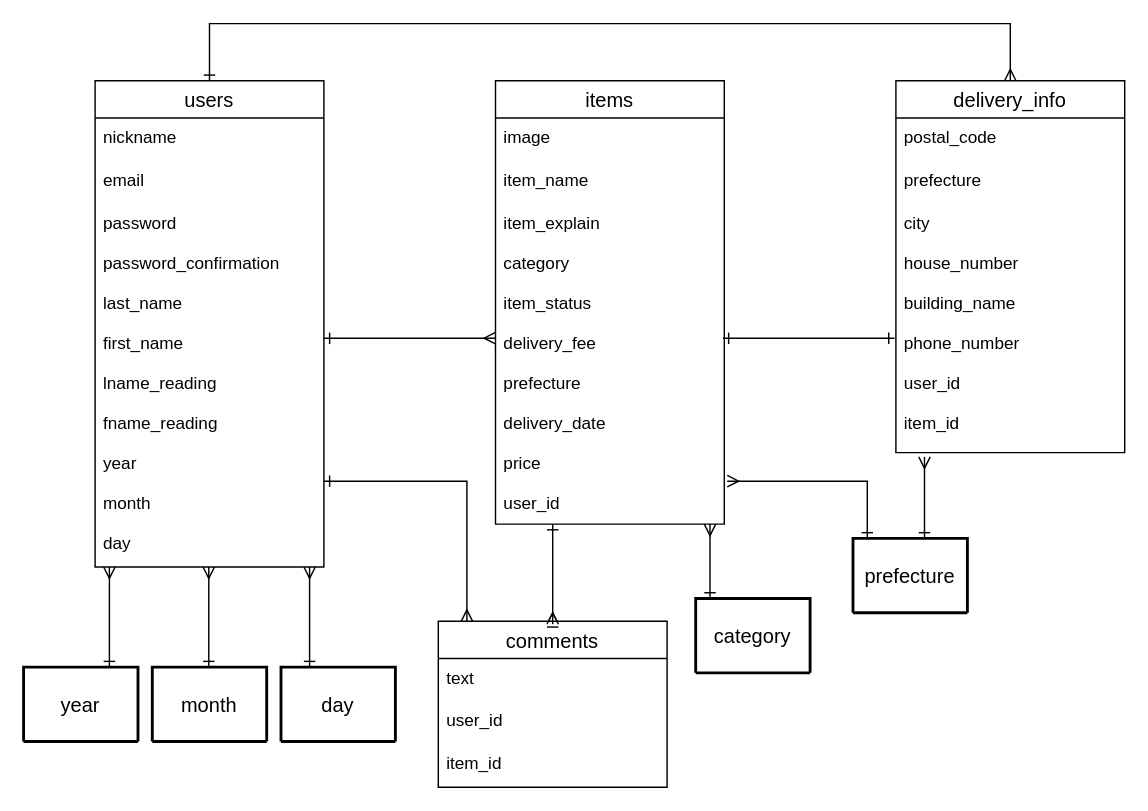
This is test.dio from no-ru-kk/furima-35520, a draw.io file, before an edit. Source tidied: cells renumbered, new cells numbered last; positions are measured from the earlier drawing's top-left corner, leaving out a move shared by most shapes. Both pictures are drawn from the tidied source at 143%, with x=0, y=0 at pixel (23, 23).
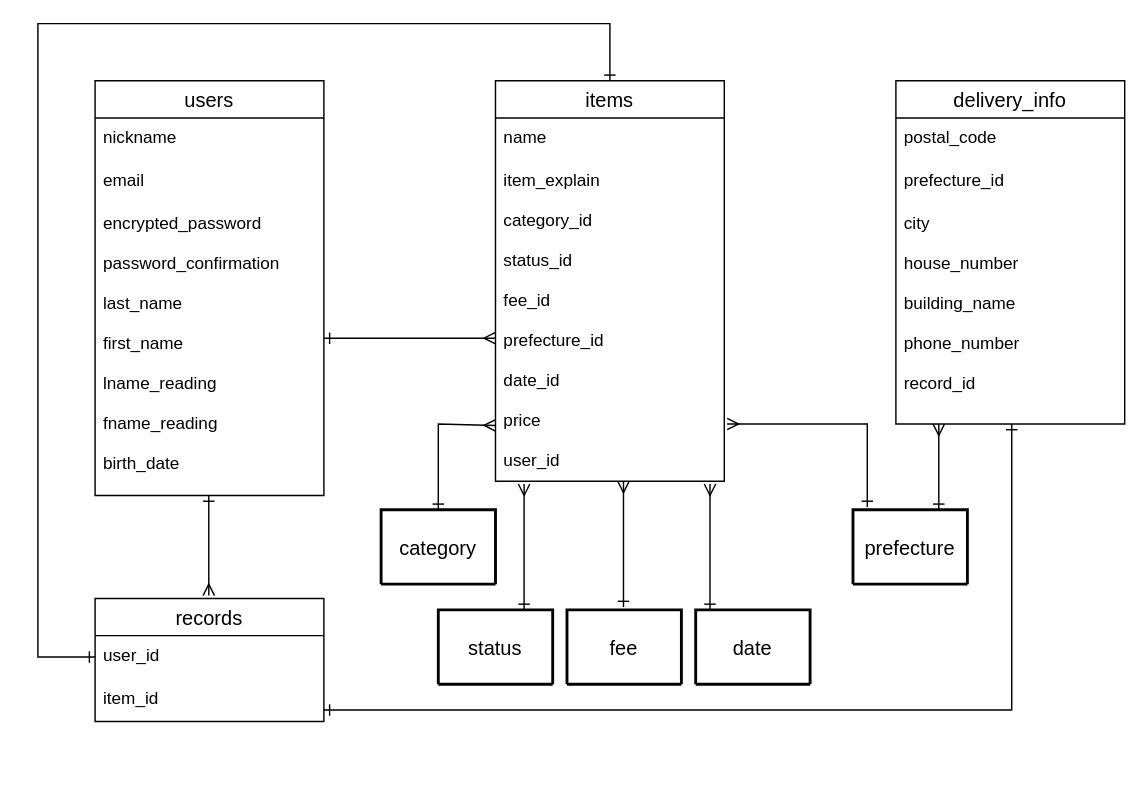
Above is the later version.

The edit, as a diff of the source:
```diff
@@
     <mxCell id="2" value="delivery_info" style="swimlane;fontStyle=0;horizontal=1;startSize=26;align=center;fontSize=14;" parent="1" vertex="1">
-      <mxGeometry x="610" y="40" width="160" height="260" as="geometry" />
+      <mxGeometry x="610" y="40" width="160" height="240" as="geometry" />
     </mxCell>
@@
-    <mxCell id="4" value="prefecture" style="text;strokeColor=none;fillColor=none;spacingLeft=4;spacingRight=4;overflow=hidden;fontSize=12;" parent="2" vertex="1">
+    <mxCell id="4" value="prefecture_id" style="text;strokeColor=none;fillColor=none;spacingLeft=4;spacingRight=4;overflow=hidden;fontSize=12;" parent="2" vertex="1">
       <mxGeometry y="56" width="160" height="30" as="geometry" />
     </mxCell>
-    <mxCell id="5" value="city&#10;&#10;house_number&#10;&#10;building_name&#10;&#10;phone_number&#10;&#10;user_id&#10;&#10;item_id" style="text;strokeColor=none;fillColor=none;spacingLeft=4;spacingRight=4;overflow=hidden;fontSize=12;" parent="2" vertex="1">
-      <mxGeometry y="86" width="160" height="174" as="geometry" />
+    <mxCell id="5" value="city&#10;&#10;house_number&#10;&#10;building_name&#10;&#10;phone_number&#10;&#10;record_id" style="text;strokeColor=none;fillColor=none;spacingLeft=4;spacingRight=4;overflow=hidden;fontSize=12;" parent="2" vertex="1">
+      <mxGeometry y="86" width="160" height="154" as="geometry" />
     </mxCell>
     <mxCell id="6" value="users" style="swimlane;fontStyle=0;horizontal=1;startSize=26;align=center;fontSize=14;" parent="1" vertex="1">
-      <mxGeometry x="50" y="40" width="160" height="340" as="geometry" />
+      <mxGeometry x="50" y="40" width="160" height="290" as="geometry" />
     </mxCell>
@@
-    <mxCell id="9" value="password&#10;&#10;password_confirmation&#10;&#10;last_name&#10;&#10;first_name&#10;&#10;lname_reading&#10;&#10;fname_reading&#10;&#10;year&#10;&#10;month&#10;&#10;day&#10;" style="text;strokeColor=none;fillColor=none;spacingLeft=4;spacingRight=4;overflow=hidden;fontSize=12;" parent="6" vertex="1">
-      <mxGeometry y="86" width="160" height="254" as="geometry" />
+    <mxCell id="9" value="encrypted_password&#10;&#10;password_confirmation&#10;&#10;last_name&#10;&#10;first_name&#10;&#10;lname_reading&#10;&#10;fname_reading&#10;&#10; birth_date&#10;" style="text;strokeColor=none;fillColor=none;spacingLeft=4;spacingRight=4;overflow=hidden;fontSize=12;" parent="6" vertex="1">
+      <mxGeometry y="86" width="160" height="204" as="geometry" />
     </mxCell>
     <mxCell id="10" value="items" style="swimlane;fontStyle=0;horizontal=1;startSize=26;align=center;fontSize=14;" parent="1" vertex="1">
-      <mxGeometry x="330" y="40" width="160" height="310" as="geometry" />
+      <mxGeometry x="330" y="40" width="160" height="280" as="geometry" />
     </mxCell>
-    <mxCell id="11" value="image" style="text;strokeColor=none;fillColor=none;spacingLeft=4;spacingRight=4;overflow=hidden;fontSize=12;" parent="10" vertex="1">
-      <mxGeometry y="26" width="160" height="30" as="geometry" />
-    </mxCell>
-    <mxCell id="12" value="item_name" style="text;strokeColor=none;fillColor=none;spacingLeft=4;spacingRight=4;overflow=hidden;fontSize=12;" parent="10" vertex="1">
-      <mxGeometry y="56" width="160" height="30" as="geometry" />
+    <mxCell id="12" value="name" style="text;strokeColor=none;fillColor=none;spacingLeft=4;spacingRight=4;overflow=hidden;fontSize=12;" parent="10" vertex="1">
+      <mxGeometry y="26" width="160" height="30" as="geometry" />
     </mxCell>
-    <mxCell id="13" value="item_explain&#10;&#10;category&#10;&#10;item_status&#10;&#10;delivery_fee&#10;&#10;prefecture&#10;&#10;delivery_date&#10;&#10;price&#10;&#10;user_id" style="text;strokeColor=none;fillColor=none;spacingLeft=4;spacingRight=4;overflow=hidden;points=[[0,0.5],[1,0.5]];portConstraint=eastwest;fontSize=12;" parent="10" vertex="1">
-      <mxGeometry y="86" width="160" height="224" as="geometry" />
+    <mxCell id="13" value="item_explain&#10;&#10;category_id&#10;&#10;status_id&#10;&#10;fee_id&#10;&#10;prefecture_id&#10;&#10;date_id&#10;&#10;price&#10;&#10;user_id" style="text;strokeColor=none;fillColor=none;spacingLeft=4;spacingRight=4;overflow=hidden;points=[[0,0.5],[1,0.5]];portConstraint=eastwest;fontSize=12;" parent="10" vertex="1">
+      <mxGeometry y="56" width="160" height="224" as="geometry" />
     </mxCell>
-    <mxCell id="14" style="edgeStyle=entityRelationEdgeStyle;fontSize=12;html=1;endArrow=ERone;startArrow=ERone;exitX=0.994;exitY=0.42;exitDx=0;exitDy=0;exitPerimeter=0;endFill=0;startFill=0;" parent="1" edge="1" source="13">
-      <mxGeometry relative="1" as="geometry">
-        <mxPoint x="609" y="220" as="targetPoint" />
-      </mxGeometry>
-    </mxCell>
@@
-    <mxCell id="16" style="endArrow=ERmany;html=1;rounded=0;entryX=0.5;entryY=0;entryDx=0;entryDy=0;endFill=0;startArrow=ERone;startFill=0;" parent="1" edge="1" target="2">
+    <mxCell id="16" style="endArrow=ERone;html=1;rounded=0;endFill=0;startArrow=ERone;startFill=0;exitX=0;exitY=0.5;exitDx=0;exitDy=0;" parent="1" edge="1" source="22" target="10">
       <mxGeometry relative="1" as="geometry">
-        <mxPoint x="130" y="40" as="sourcePoint" />
         <Array as="points">
-          <mxPoint x="130" />
-          <mxPoint x="690" />
+          <mxPoint x="10" y="443" />
+          <mxPoint x="10" />
+          <mxPoint x="410" />
         </Array>
       </mxGeometry>
     </mxCell>
-    <mxCell id="17" style="endArrow=ERone;html=1;rounded=0;endFill=0;startArrow=ERmany;startFill=0;" parent="1" edge="1">
-      <mxGeometry relative="1" as="geometry">
-        <mxPoint x="370" y="420" as="sourcePoint" />
-        <mxPoint x="370" y="350" as="targetPoint" />
-      </mxGeometry>
-    </mxCell>
-    <mxCell id="18" style="endArrow=ERmany;html=1;rounded=0;startArrow=ERone;startFill=0;endFill=0;" parent="1" edge="1">
-      <mxGeometry relative="1" as="geometry">
-        <mxPoint x="210" y="320" as="sourcePoint" />
-        <mxPoint x="310" y="418" as="targetPoint" />
-        <Array as="points">
-          <mxPoint x="290" y="320" />
-          <mxPoint x="310" y="320" />
-        </Array>
-      </mxGeometry>
-    </mxCell>
-    <mxCell id="19" value="month" style="swimlane;horizontal=1;startSize=72;rounded=1;fontSize=14;fontStyle=0;strokeWidth=2;shadow=0;dashed=0;align=center;" parent="1" vertex="1">
-      <mxGeometry x="90" y="450" width="80" height="52" as="geometry" />
+    <mxCell id="19" value="category" style="swimlane;horizontal=1;startSize=72;rounded=1;fontSize=14;fontStyle=0;strokeWidth=2;shadow=0;dashed=0;align=center;" parent="1" vertex="1">
+      <mxGeometry x="250" y="340" width="80" height="52" as="geometry" />
     </mxCell>
-    <mxCell id="20" value="comments" style="swimlane;fontStyle=0;horizontal=1;startSize=26;align=center;fontSize=14;" parent="1" vertex="1">
-      <mxGeometry x="290" y="418" width="160" height="116" as="geometry" />
+    <mxCell id="20" value="records" style="swimlane;fontStyle=0;horizontal=1;startSize=26;align=center;fontSize=14;" parent="1" vertex="1">
+      <mxGeometry x="50" y="402" width="160" height="86" as="geometry" />
     </mxCell>
-    <mxCell id="21" value="text" style="text;strokeColor=none;fillColor=none;spacingLeft=4;spacingRight=4;overflow=hidden;fontSize=12;" parent="20" vertex="1">
-      <mxGeometry y="26" width="160" height="30" as="geometry" />
-    </mxCell>
     <mxCell id="22" value="user_id" style="text;strokeColor=none;fillColor=none;spacingLeft=4;spacingRight=4;overflow=hidden;points=[[0,0.5],[1,0.5]];portConstraint=eastwest;fontSize=12;" parent="20" vertex="1">
-      <mxGeometry y="56" width="160" height="30" as="geometry" />
+      <mxGeometry y="26" width="160" height="30" as="geometry" />
     </mxCell>
     <mxCell id="23" value="item_id" style="text;strokeColor=none;fillColor=none;spacingLeft=4;spacingRight=4;overflow=hidden;fontSize=12;" parent="20" vertex="1">
-      <mxGeometry y="86" width="160" height="30" as="geometry" />
+      <mxGeometry y="56" width="160" height="30" as="geometry" />
     </mxCell>
-    <mxCell id="24" style="endArrow=ERone;html=1;rounded=0;endFill=0;startArrow=ERmany;startFill=0;" parent="1" edge="1" target="20">
-      <mxGeometry relative="1" as="geometry">
-        <mxPoint x="370" y="420" as="sourcePoint" />
-      </mxGeometry>
-    </mxCell>
-    <mxCell id="25" style="edgeStyle=none;rounded=0;jettySize=auto;html=1;exitX=1;exitY=0.5;exitDx=0;exitDy=0;startArrow=ERone;startFill=0;endArrow=ERmany;endFill=0;" parent="1" edge="1" source="26">
+    <mxCell id="25" style="edgeStyle=none;rounded=0;jettySize=auto;html=1;startArrow=ERone;startFill=0;endArrow=ERmany;endFill=0;entryX=0;entryY=0.826;entryDx=0;entryDy=0;entryPerimeter=0;" parent="1" edge="1" target="13">
       <mxGeometry relative="1" as="geometry">
-        <mxPoint x="80" y="476" as="targetPoint" />
+        <mxPoint x="290" y="340" as="sourcePoint" />
+        <Array as="points">
+          <mxPoint x="290" y="280" />
+        </Array>
       </mxGeometry>
     </mxCell>
-    <mxCell id="26" value="year" style="swimlane;horizontal=1;startSize=72;rounded=1;fontSize=14;fontStyle=0;strokeWidth=2;shadow=0;dashed=0;align=center;" parent="1" vertex="1">
-      <mxGeometry y="450" width="80" height="52" as="geometry" />
+    <mxCell id="26" value="fee" style="swimlane;horizontal=1;startSize=72;rounded=1;fontSize=14;fontStyle=0;strokeWidth=2;shadow=0;dashed=0;align=center;" parent="1" vertex="1">
+      <mxGeometry x="380" y="410" width="80" height="52" as="geometry" />
     </mxCell>
-    <mxCell id="27" value="day" style="swimlane;horizontal=1;startSize=72;rounded=1;fontSize=14;fontStyle=0;strokeWidth=2;shadow=0;dashed=0;align=center;arcSize=0;" parent="1" vertex="1">
-      <mxGeometry x="180" y="450" width="80" height="52" as="geometry" />
+    <mxCell id="27" value="status" style="swimlane;horizontal=1;startSize=72;rounded=1;fontSize=14;fontStyle=0;strokeWidth=2;shadow=0;dashed=0;align=center;arcSize=0;" parent="1" vertex="1">
+      <mxGeometry x="290" y="410" width="80" height="52" as="geometry" />
     </mxCell>
-    <mxCell id="28" style="endArrow=ERmany;html=1;rounded=0;endFill=0;startArrow=ERone;startFill=0;" parent="1" edge="1">
+    <mxCell id="28" style="endArrow=ERmany;html=1;rounded=0;endFill=0;startArrow=ERone;startFill=0;exitX=0.75;exitY=0;exitDx=0;exitDy=0;" parent="1" edge="1" source="31">
       <mxGeometry relative="1" as="geometry">
-        <mxPoint x="200" y="450" as="sourcePoint" />
-        <mxPoint x="200" y="380" as="targetPoint" />
+        <mxPoint x="640" y="280" as="targetPoint" />
       </mxGeometry>
     </mxCell>
-    <mxCell id="29" style="endArrow=ERmany;html=1;rounded=0;endFill=0;startArrow=ERone;startFill=0;" parent="1" edge="1">
+    <mxCell id="29" style="endArrow=ERone;html=1;rounded=0;endFill=0;startArrow=ERmany;startFill=0;" parent="1" edge="1">
       <mxGeometry relative="1" as="geometry">
-        <mxPoint x="129.5" y="450" as="sourcePoint" />
-        <mxPoint x="129.5" y="380" as="targetPoint" />
+        <mxPoint x="129.5" y="400" as="sourcePoint" />
+        <mxPoint x="129.5" y="330" as="targetPoint" />
       </mxGeometry>
     </mxCell>
-    <mxCell id="30" style="endArrow=ERmany;html=1;rounded=0;endFill=0;startArrow=ERone;startFill=0;" parent="1" edge="1">
+    <mxCell id="30" style="endArrow=ERmany;html=1;rounded=0;endFill=0;startArrow=ERone;startFill=0;exitX=0.75;exitY=0;exitDx=0;exitDy=0;" parent="1" edge="1" source="27">
       <mxGeometry relative="1" as="geometry">
-        <mxPoint x="60" y="450" as="sourcePoint" />
-        <mxPoint x="60" y="380" as="targetPoint" />
+        <mxPoint x="350" y="322" as="targetPoint" />
       </mxGeometry>
     </mxCell>
     <mxCell id="31" value="prefecture" style="swimlane;horizontal=1;startSize=72;rounded=1;fontSize=14;fontStyle=0;strokeWidth=2;shadow=0;dashed=0;align=center;arcSize=0;" parent="1" vertex="1">
-      <mxGeometry x="580" y="360" width="80" height="52" as="geometry" />
+      <mxGeometry x="580" y="340" width="80" height="52" as="geometry" />
     </mxCell>
-    <mxCell id="32" value="category" style="swimlane;horizontal=1;startSize=72;rounded=1;fontSize=14;fontStyle=0;strokeWidth=2;shadow=0;dashed=0;align=center;arcSize=0;" parent="1" vertex="1">
-      <mxGeometry x="470" y="402" width="80" height="52" as="geometry" />
+    <mxCell id="32" value="date" style="swimlane;horizontal=1;startSize=72;rounded=1;fontSize=14;fontStyle=0;strokeWidth=2;shadow=0;dashed=0;align=center;arcSize=0;" parent="1" vertex="1">
+      <mxGeometry x="470" y="410" width="80" height="52" as="geometry" />
     </mxCell>
-    <mxCell id="33" style="endArrow=ERmany;html=1;rounded=0;endFill=0;startArrow=ERone;startFill=0;" parent="1" edge="1">
-      <mxGeometry relative="1" as="geometry">
-        <mxPoint x="480" y="402" as="sourcePoint" />
-        <mxPoint x="480" y="350" as="targetPoint" />
-      </mxGeometry>
-    </mxCell>
-    <mxCell id="34" style="endArrow=ERmany;html=1;rounded=0;endFill=0;startArrow=ERone;startFill=0;" parent="1" edge="1">
-      <mxGeometry relative="1" as="geometry">
-        <mxPoint x="630" y="360" as="sourcePoint" />
-        <mxPoint x="630" y="303" as="targetPoint" />
-      </mxGeometry>
-    </mxCell>
-    <mxCell id="35" style="endArrow=ERmany;html=1;rounded=0;endFill=0;startArrow=ERone;startFill=0;entryX=1.013;entryY=0.866;entryDx=0;entryDy=0;entryPerimeter=0;" parent="1" edge="1" target="13">
+    <mxCell id="35" style="endArrow=ERmany;html=1;rounded=0;endFill=0;startArrow=ERone;startFill=0;" parent="1" edge="1">
       <mxGeometry relative="1" as="geometry">
-        <mxPoint x="590" y="360" as="sourcePoint" />
+        <mxPoint x="590" y="338" as="sourcePoint" />
+        <mxPoint x="492" y="280" as="targetPoint" />
         <Array as="points">
-          <mxPoint x="590" y="320" />
+          <mxPoint x="590" y="290" />
+          <mxPoint x="590" y="280" />
         </Array>
       </mxGeometry>
     </mxCell>
+    <mxCell id="36" style="endArrow=ERmany;html=1;rounded=0;endFill=0;startArrow=ERone;startFill=0;exitX=0.75;exitY=0;exitDx=0;exitDy=0;" parent="1" edge="1">
+      <mxGeometry relative="1" as="geometry">
+        <mxPoint x="419.5" y="408" as="sourcePoint" />
+        <mxPoint x="419.5" y="320" as="targetPoint" />
+      </mxGeometry>
+    </mxCell>
+    <mxCell id="37" style="endArrow=ERmany;html=1;rounded=0;endFill=0;startArrow=ERone;startFill=0;exitX=0.75;exitY=0;exitDx=0;exitDy=0;" parent="1" edge="1">
+      <mxGeometry relative="1" as="geometry">
+        <mxPoint x="480" y="410" as="sourcePoint" />
+        <mxPoint x="480" y="322" as="targetPoint" />
+      </mxGeometry>
+    </mxCell>
+    <mxCell id="38" style="endArrow=ERone;html=1;rounded=0;endFill=0;startArrow=ERone;startFill=0;" parent="1" edge="1">
+      <mxGeometry relative="1" as="geometry">
+        <mxPoint x="210" y="480" as="sourcePoint" />
+        <mxPoint x="691" y="280" as="targetPoint" />
+        <Array as="points">
+          <mxPoint x="691" y="480" />
+          <mxPoint x="691" y="450" />
+        </Array>
+      </mxGeometry>
+    </mxCell>
```
